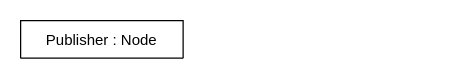
Earlier version of the draw.io diagram Untitled Diagram.drawio (siweimutong/siweimutong). Source tidied: cells renumbered, new cells numbered last; positions are measured from the earlier drawing's top-left corner, leaving out a move shared by most shapes. Both pictures are drawn from the tidied source at 125%, with x=0, y=0 at pixel (20, 20).
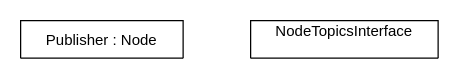
The same page after the edit.

Diff of the diagram source:
```diff
@@
 <mxGraphModel>
   <root>
     <mxCell id="0" />
     <mxCell id="1" parent="0" />
     <mxCell id="2" value="Publisher : Node" style="swimlane;fontStyle=0;horizontal=1;startSize=30;" parent="1" vertex="1" collapsed="1">
       <mxGeometry width="130" height="30" as="geometry" />
     </mxCell>
+    <mxCell id="3" value="NodeTopicsInterface&#10;" style="swimlane;fontStyle=0;horizontal=1;startSize=30;" parent="1" vertex="1" collapsed="1">
+      <mxGeometry x="184" width="150" height="30" as="geometry" />
+    </mxCell>
   </root>
 </mxGraphModel>
```
